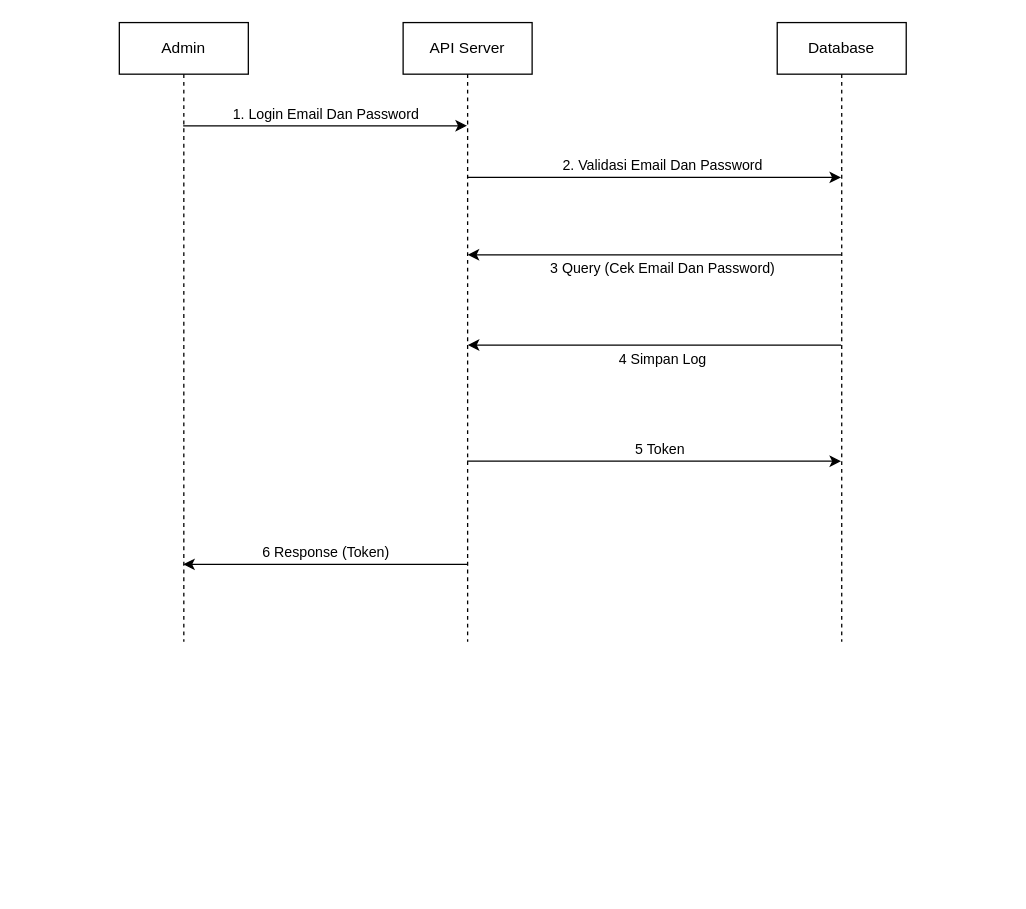
Above: page "SEQUENCE DIAGRAM LOGIN" (4 of 4) of dba/Logika Login.drawio in BhinnekaDev/DATABASE-LOKAL-GEOFISIKA-DATABASE (draw.io), before the change. Source tidied: cells renumbered, new cells numbered last; positions are measured from the earlier drawing's top-left corner, leaving out a move shared by most shapes. Both pictures are drawn from the tidied source at 129%, with x=0, y=0 at pixel (119, 22).
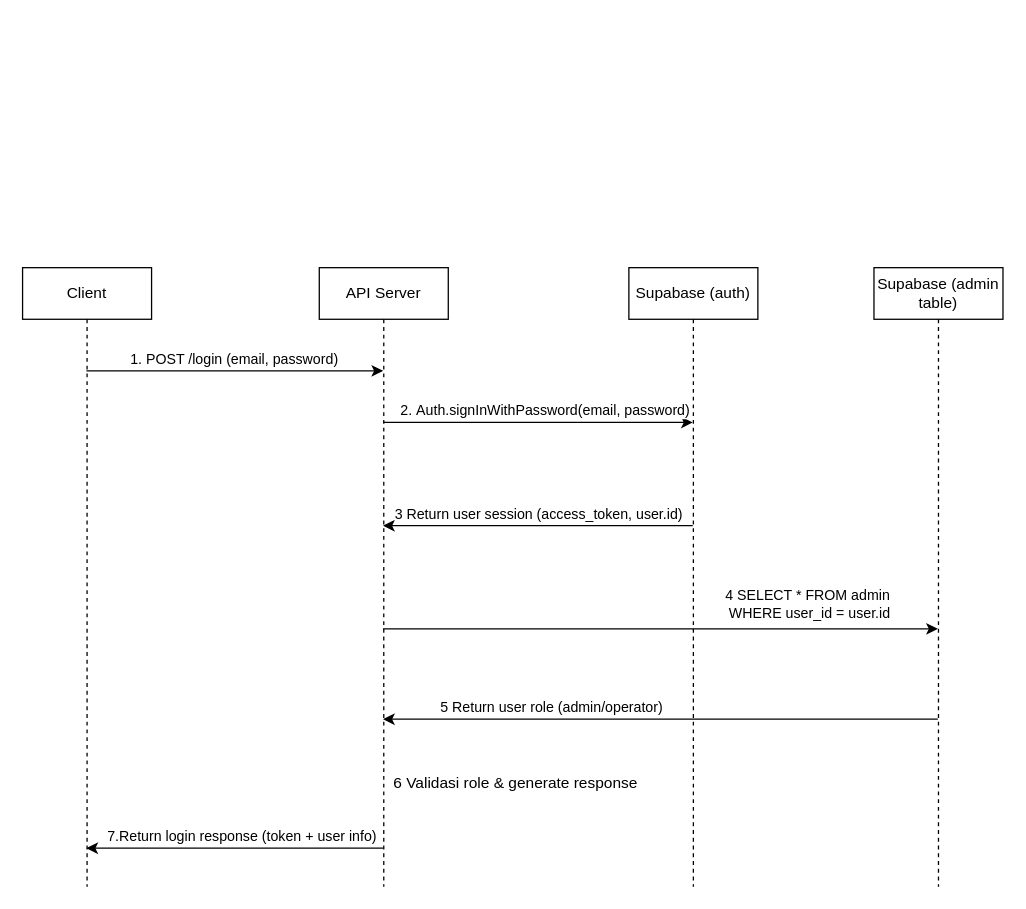
After the change.

Commit message (it also covers changes not shown here):
feat: menambahkan dba crud admin dan operator

Diff of the diagram source:
```diff
@@
     <mxCell id="2" style="edgeStyle=elbowEdgeStyle;rounded=0;jettySize=auto;html=1;elbow=vertical;curved=0;" parent="1" edge="1" source="4" target="11">
       <mxGeometry relative="1" as="geometry">
         <Array as="points">
-          <mxPoint x="160" y="80" />
+          <mxPoint x="135" y="270" />
         </Array>
       </mxGeometry>
     </mxCell>
-    <mxCell id="3" value="1. Login Email Dan Password" style="edgeLabel;html=1;align=center;verticalAlign=middle;" parent="2" vertex="1">
+    <mxCell id="3" value="1.&amp;nbsp;POST /login (email, password)" style="edgeLabel;html=1;align=center;verticalAlign=middle;" parent="2" vertex="1">
       <mxGeometry x="-0.2" y="2" relative="1" as="geometry">
         <mxPoint x="22" y="-8" as="offset" />
       </mxGeometry>
     </mxCell>
-    <mxCell id="4" value="Admin" style="shape=umlLifeline;perimeter=lifelinePerimeter;whiteSpace=wrap;html=1;outlineConnect=0;portConstraint=eastwest;newEdgeStyle={&quot;edgeStyle&quot;:&quot;elbowEdgeStyle&quot;,&quot;elbow&quot;:&quot;vertical&quot;,&quot;curved&quot;:0,&quot;rounded&quot;:0};" parent="1" vertex="1">
-      <mxGeometry width="100" height="480" as="geometry" />
+    <mxCell id="4" value="Client" style="shape=umlLifeline;perimeter=lifelinePerimeter;whiteSpace=wrap;html=1;outlineConnect=0;portConstraint=eastwest;newEdgeStyle={&quot;edgeStyle&quot;:&quot;elbowEdgeStyle&quot;,&quot;elbow&quot;:&quot;vertical&quot;,&quot;curved&quot;:0,&quot;rounded&quot;:0};" parent="1" vertex="1">
+      <mxGeometry x="-75" y="190" width="100" height="480" as="geometry" />
     </mxCell>
-    <mxCell id="5" style="edgeStyle=elbowEdgeStyle;rounded=0;jettySize=auto;html=1;elbow=vertical;curved=0;" parent="1" edge="1" source="11">
+    <mxCell id="5" style="edgeStyle=elbowEdgeStyle;rounded=0;jettySize=auto;html=1;elbow=vertical;curved=0;" parent="1" edge="1" source="11" target="16">
       <mxGeometry relative="1" as="geometry">
-        <mxPoint x="559.5" y="120" as="targetPoint" />
+        <Array as="points">
+          <mxPoint x="315" y="310" />
+        </Array>
       </mxGeometry>
     </mxCell>
-    <mxCell id="6" value="2. Validasi Email Dan Password" style="edgeLabel;html=1;align=center;verticalAlign=middle;" parent="5" vertex="1">
+    <mxCell id="6" value="2.&amp;nbsp;Auth.signInWithPassword(email, password)" style="edgeLabel;html=1;align=center;verticalAlign=middle;" parent="5" vertex="1">
       <mxGeometry x="0.04" relative="1" as="geometry">
         <mxPoint y="-10" as="offset" />
       </mxGeometry>
     </mxCell>
-    <mxCell id="7" style="edgeStyle=elbowEdgeStyle;rounded=0;jettySize=auto;html=1;elbow=vertical;curved=0;" parent="1" edge="1" source="11" target="16">
-      <mxGeometry relative="1" as="geometry">
-        <Array as="points">
-          <mxPoint x="410" y="340" />
-        </Array>
-      </mxGeometry>
-    </mxCell>
-    <mxCell id="8" value="5 Token" style="edgeLabel;html=1;align=center;verticalAlign=middle;" parent="7" vertex="1">
-      <mxGeometry x="0.03" y="1" relative="1" as="geometry">
-        <mxPoint y="-9" as="offset" />
-      </mxGeometry>
-    </mxCell>
+    <mxCell id="17" style="edgeStyle=elbowEdgeStyle;rounded=0;jettySize=auto;html=1;elbow=vertical;curved=0;" parent="1" edge="1" source="11" target="24">
+      <mxGeometry relative="1" as="geometry">
+        <Array as="points">
+          <mxPoint x="405" y="470" />
+        </Array>
+      </mxGeometry>
+    </mxCell>
+    <mxCell id="18" value="4 SELECT * FROM admin&amp;nbsp;&lt;div&gt;WHERE user_id = user.id&lt;/div&gt;" style="edgeLabel;html=1;align=center;verticalAlign=middle;" parent="17" vertex="1">
+      <mxGeometry x="0.47" relative="1" as="geometry">
+        <mxPoint x="14" y="-20" as="offset" />
+      </mxGeometry>
+    </mxCell>
     <mxCell id="9" style="edgeStyle=elbowEdgeStyle;rounded=0;jettySize=auto;html=1;elbow=vertical;curved=0;" parent="1" edge="1" source="11" target="4">
       <mxGeometry relative="1" as="geometry">
         <Array as="points">
-          <mxPoint x="170" y="420" />
+          <mxPoint x="125" y="640" />
         </Array>
       </mxGeometry>
     </mxCell>
-    <mxCell id="10" value="6 Response (Token)" style="edgeLabel;html=1;align=center;verticalAlign=middle;" parent="9" vertex="1">
-      <mxGeometry x="0.04" y="-2" relative="1" as="geometry">
-        <mxPoint x="4" y="-8" as="offset" />
-      </mxGeometry>
-    </mxCell>
+    <mxCell id="19" value="7.Return login response (token + user info)" style="edgeLabel;html=1;align=center;verticalAlign=middle;" parent="9" vertex="1">
+      <mxGeometry x="0.68" y="-1" relative="1" as="geometry">
+        <mxPoint x="83" y="-9" as="offset" />
+      </mxGeometry>
+    </mxCell>
     <mxCell id="11" value="API Server" style="shape=umlLifeline;perimeter=lifelinePerimeter;whiteSpace=wrap;html=1;outlineConnect=0;portConstraint=eastwest;newEdgeStyle={&quot;edgeStyle&quot;:&quot;elbowEdgeStyle&quot;,&quot;elbow&quot;:&quot;vertical&quot;,&quot;curved&quot;:0,&quot;rounded&quot;:0};" parent="1" vertex="1">
-      <mxGeometry x="220" width="100" height="480" as="geometry" />
+      <mxGeometry x="155" y="190" width="100" height="480" as="geometry" />
     </mxCell>
-    <mxCell id="12" style="edgeStyle=orthogonalEdgeStyle;rounded=0;orthogonalLoop=1;jettySize=auto;html=1;curved=0;" parent="1" edge="1">
-      <mxGeometry relative="1" as="geometry">
-        <mxPoint x="559.5" y="180" as="sourcePoint" />
-        <mxPoint x="270" y="180" as="targetPoint" />
-      </mxGeometry>
-    </mxCell>
-    <mxCell id="13" value="3 Query (Cek Email Dan Password)" style="edgeLabel;html=1;align=center;verticalAlign=middle;" parent="12" vertex="1">
-      <mxGeometry x="0.18" relative="1" as="geometry">
-        <mxPoint x="32" y="10" as="offset" />
-      </mxGeometry>
-    </mxCell>
-    <mxCell id="14" style="edgeStyle=orthogonalEdgeStyle;rounded=0;orthogonalLoop=1;jettySize=auto;html=1;curved=0;" parent="1" edge="1">
-      <mxGeometry relative="1" as="geometry">
-        <mxPoint x="559.5" y="250" as="sourcePoint" />
-        <mxPoint x="270.1" y="250" as="targetPoint" />
-      </mxGeometry>
-    </mxCell>
-    <mxCell id="15" value="4 Simpan Log" style="edgeLabel;html=1;align=center;verticalAlign=middle;" parent="14" vertex="1">
-      <mxGeometry x="0.06" y="1" relative="1" as="geometry">
-        <mxPoint x="14" y="9" as="offset" />
-      </mxGeometry>
-    </mxCell>
+    <mxCell id="20" style="edgeStyle=orthogonalEdgeStyle;rounded=0;jettySize=auto;html=1;curved=0;" parent="1" edge="1" source="16" target="11">
+      <mxGeometry relative="1" as="geometry">
+        <Array as="points">
+          <mxPoint x="325" y="390" />
+          <mxPoint x="325" y="390" />
+        </Array>
+      </mxGeometry>
+    </mxCell>
+    <mxCell id="21" value="3 Return user session (access_token, user.id)" style="edgeLabel;html=1;align=center;verticalAlign=middle;" parent="20" vertex="1">
+      <mxGeometry x="0.19" y="2" relative="1" as="geometry">
+        <mxPoint x="23" y="-12" as="offset" />
+      </mxGeometry>
+    </mxCell>
-    <mxCell id="16" value="Database" style="shape=umlLifeline;perimeter=lifelinePerimeter;whiteSpace=wrap;html=1;outlineConnect=0;portConstraint=eastwest;newEdgeStyle={&quot;curved&quot;:0,&quot;rounded&quot;:0};" parent="1" vertex="1">
-      <mxGeometry x="510" width="100" height="480" as="geometry" />
+    <mxCell id="16" value="Supabase (auth)" style="shape=umlLifeline;perimeter=lifelinePerimeter;whiteSpace=wrap;html=1;outlineConnect=0;portConstraint=eastwest;newEdgeStyle={&quot;curved&quot;:0,&quot;rounded&quot;:0};" parent="1" vertex="1">
+      <mxGeometry x="395" y="190" width="100" height="480" as="geometry" />
     </mxCell>
+    <mxCell id="22" style="edgeStyle=orthogonalEdgeStyle;rounded=0;jettySize=auto;html=1;curved=0;" parent="1" edge="1" source="24" target="11">
+      <mxGeometry relative="1" as="geometry">
+        <Array as="points">
+          <mxPoint x="405" y="540" />
+          <mxPoint x="405" y="540" />
+        </Array>
+      </mxGeometry>
+    </mxCell>
+    <mxCell id="23" value="5 Return user role (admin/operator)" style="edgeLabel;html=1;align=center;verticalAlign=middle;" parent="22" vertex="1">
+      <mxGeometry x="0.07" relative="1" as="geometry">
+        <mxPoint x="-70" y="-10" as="offset" />
+      </mxGeometry>
+    </mxCell>
+    <mxCell id="24" value="Supabase (admin table)" style="shape=umlLifeline;perimeter=lifelinePerimeter;whiteSpace=wrap;html=1;outlineConnect=0;portConstraint=eastwest;newEdgeStyle={&quot;curved&quot;:0,&quot;rounded&quot;:0};" parent="1" vertex="1">
+      <mxGeometry x="585" y="190" width="100" height="480" as="geometry" />
+    </mxCell>
+    <mxCell id="25" value="6 Validasi role &amp;amp; generate response" style="text;html=1;align=center;verticalAlign=middle;whiteSpace=wrap;rounded=0;" parent="1" vertex="1">
+      <mxGeometry x="205" y="570" width="205" height="40" as="geometry" />
+    </mxCell>
```
